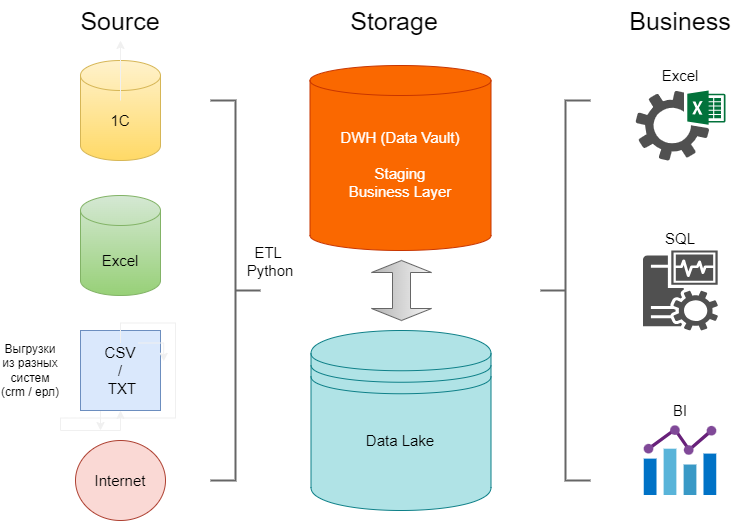
Before: module01/Архитектура аналитического решения.png, a diagram exported from draw.io (EvgeniyLezh/data-engineering-study). Source tidied: cells renumbered, new cells last; positions are measured from the earlier drawing's top-left corner, leaving out a move shared by most shapes. The source it was exported from:
```xml
<mxGraphModel background="#ffffff">
  <root>
    <mxCell id="0" />
    <mxCell id="1" parent="0" />
    <mxCell id="2" style="strokeWidth=2;html=1;shape=mxgraph.flowchart.annotation_2;align=left;labelPosition=right;fillColor=#f5f5f5;strokeColor=#666666;gradientColor=#b3b3b3;gradientDirection=south;direction=west;" parent="1" vertex="1">
      <mxGeometry x="210" y="100" width="50" height="380" as="geometry" />
    </mxCell>
    <mxCell id="3" value="&lt;font style=&quot;font-size: 25px;&quot;&gt;Source&lt;/font&gt;" style="text;html=1;strokeColor=none;fillColor=none;align=center;verticalAlign=middle;whiteSpace=wrap;rounded=0;fontSize=25;labelBackgroundColor=none;fontColor=#000000;" parent="1" vertex="1">
      <mxGeometry x="60" width="120" height="40" as="geometry" />
    </mxCell>
    <mxCell id="4" value="&lt;font style=&quot;font-size: 25px;&quot;&gt;Storage&lt;/font&gt;" style="text;html=1;strokeColor=none;fillColor=none;align=center;verticalAlign=middle;whiteSpace=wrap;rounded=0;labelBackgroundColor=none;fontColor=#000000;fontSize=25;" parent="1" vertex="1">
      <mxGeometry x="334" width="120" height="40" as="geometry" />
    </mxCell>
    <mxCell id="5" value="&lt;span style=&quot;font-size: 25px;&quot;&gt;Business&lt;br style=&quot;font-size: 25px;&quot;&gt;&lt;/span&gt;" style="text;html=1;strokeColor=none;fillColor=none;align=center;verticalAlign=middle;whiteSpace=wrap;rounded=0;labelBackgroundColor=none;fontColor=#000000;fontSize=25;" parent="1" vertex="1">
      <mxGeometry x="620" width="120" height="40" as="geometry" />
    </mxCell>
    <mxCell id="6" style="shape=cylinder3;whiteSpace=wrap;html=1;boundedLbl=1;backgroundOutline=1;size=15;fillColor=#fff2cc;strokeColor=#d6b656;gradientColor=#ffd966;" parent="1" vertex="1">
      <mxGeometry x="80" y="60" width="80" height="100" as="geometry" />
    </mxCell>
    <mxCell id="7" style="edgeStyle=orthogonalEdgeStyle;rounded=0;jettySize=auto;html=1;" parent="1" edge="1" source="8" target="3">
      <mxGeometry relative="1" as="geometry" />
    </mxCell>
    <mxCell id="8" value="1C" style="text;html=1;strokeColor=none;fillColor=none;align=center;verticalAlign=middle;whiteSpace=wrap;rounded=0;fontSize=15;fontColor=#000000;" parent="1" vertex="1">
      <mxGeometry x="90" y="100" width="60" height="40" as="geometry" />
    </mxCell>
    <mxCell id="9" style="shape=cylinder3;whiteSpace=wrap;html=1;boundedLbl=1;backgroundOutline=1;size=15;fillColor=#d5e8d4;gradientColor=#97d077;strokeColor=#82b366;" parent="1" vertex="1">
      <mxGeometry x="80" y="195" width="80" height="100" as="geometry" />
    </mxCell>
    <mxCell id="10" value="Excel" style="text;html=1;strokeColor=none;fillColor=none;align=center;verticalAlign=middle;whiteSpace=wrap;rounded=0;fontSize=15;fontColor=#000000;" parent="1" vertex="1">
      <mxGeometry x="90" y="240" width="60" height="40" as="geometry" />
    </mxCell>
    <mxCell id="11" style="edgeStyle=orthogonalEdgeStyle;rounded=0;orthogonalLoop=1;jettySize=auto;html=1;exitX=0.5;exitY=1;exitDx=0;exitDy=0;exitPerimeter=0;" parent="1" edge="1">
      <mxGeometry relative="1" as="geometry">
        <mxPoint x="100" y="410" as="sourcePoint" />
        <mxPoint x="100" y="430" as="targetPoint" />
      </mxGeometry>
    </mxCell>
    <mxCell id="12" style="whiteSpace=wrap;html=1;fillColor=#dae8fc;strokeColor=#6c8ebf;fontColor=#000000;" parent="1" vertex="1">
      <mxGeometry x="80" y="330" width="80" height="80" as="geometry" />
    </mxCell>
    <mxCell id="13" style="edgeStyle=orthogonalEdgeStyle;rounded=0;jettySize=auto;html=1;exitX=0.5;exitY=0;exitDx=0;exitDy=0;" parent="1" edge="1" source="14" target="12">
      <mxGeometry relative="1" as="geometry" />
    </mxCell>
    <mxCell id="14" value="&lt;font style=&quot;font-size: 15px;&quot;&gt;CSV&lt;br&gt;/&lt;br&gt;&amp;nbsp;TXT&lt;/font&gt;" style="text;html=1;strokeColor=none;fillColor=none;align=center;verticalAlign=middle;whiteSpace=wrap;rounded=0;fontSize=15;fontColor=#000000;" parent="1" vertex="1">
      <mxGeometry x="85" y="342.5" width="70" height="55" as="geometry" />
    </mxCell>
    <mxCell id="15" style="edgeStyle=orthogonalEdgeStyle;rounded=0;orthogonalLoop=1;jettySize=auto;html=1;exitX=0.75;exitY=0;exitDx=0;exitDy=0;entryX=1.117;entryY=0.333;entryDx=0;entryDy=0;entryPerimeter=0;" parent="1" edge="1" source="14" target="14">
      <mxGeometry relative="1" as="geometry" />
    </mxCell>
    <mxCell id="16" style="ellipse;whiteSpace=wrap;html=1;fillColor=#fad9d5;strokeColor=#ae4132;" parent="1" vertex="1">
      <mxGeometry x="75" y="440" width="90" height="80" as="geometry" />
    </mxCell>
    <mxCell id="17" value="Internet" style="text;html=1;strokeColor=none;fillColor=none;align=center;verticalAlign=middle;whiteSpace=wrap;rounded=0;fontColor=#000000;fontSize=15;" parent="1" vertex="1">
      <mxGeometry x="90" y="465" width="60" height="30" as="geometry" />
    </mxCell>
    <mxCell id="18" value="Выгрузки из разных систем (crm / ерл)" style="text;html=1;strokeColor=none;fillColor=none;align=center;verticalAlign=middle;whiteSpace=wrap;rounded=0;fontColor=#000000;" parent="1" vertex="1">
      <mxGeometry y="337.5" width="60" height="65" as="geometry" />
    </mxCell>
    <mxCell id="19" style="shape=cylinder3;whiteSpace=wrap;html=1;boundedLbl=1;backgroundOutline=1;size=15;fillColor=#fa6800;strokeColor=#C73500;fontColor=#000000;" parent="1" vertex="1">
      <mxGeometry x="309.5" y="65" width="181" height="185" as="geometry" />
    </mxCell>
    <mxCell id="20" value="DWH (Data Vault)&lt;br&gt;&lt;br&gt;Staging&lt;br&gt;Business Layer" style="text;html=1;strokeColor=none;fillColor=none;align=center;verticalAlign=middle;whiteSpace=wrap;rounded=0;fontColor=#FFFFFF;fontSize=15;" parent="1" vertex="1">
      <mxGeometry x="335" y="120" width="130" height="87.5" as="geometry" />
    </mxCell>
    <mxCell id="21" value="ETL&amp;nbsp;&lt;br style=&quot;font-size: 15px;&quot;&gt;Python" style="text;html=1;strokeColor=none;fillColor=none;align=center;verticalAlign=middle;whiteSpace=wrap;rounded=0;fontColor=#000000;fontSize=15;" parent="1" vertex="1">
      <mxGeometry x="240" y="240" width="60" height="41.2" as="geometry" />
    </mxCell>
    <mxCell id="22" style="sketch=0;shadow=0;dashed=0;html=1;strokeColor=none;fillColor=#505050;labelPosition=center;verticalLabelPosition=bottom;verticalAlign=top;align=center;shape=mxgraph.office.services.excel_services;" parent="1" vertex="1">
      <mxGeometry x="635" y="90" width="90" height="70" as="geometry" />
    </mxCell>
    <mxCell id="23" value="Excel" style="text;html=1;strokeColor=none;fillColor=none;align=center;verticalAlign=middle;whiteSpace=wrap;rounded=0;fontColor=#000000;fontSize=15;" parent="1" vertex="1">
      <mxGeometry x="630" y="60" width="100" height="30" as="geometry" />
    </mxCell>
    <mxCell id="24" style="sketch=0;shadow=0;dashed=0;html=1;strokeColor=none;fillColor=#505050;labelPosition=center;verticalLabelPosition=bottom;verticalAlign=top;align=center;shape=mxgraph.office.servers.monitoring_sql_reporting_services;" parent="1" vertex="1">
      <mxGeometry x="642.5" y="250" width="75" height="80" as="geometry" />
    </mxCell>
    <mxCell id="25" value="SQL" style="text;html=1;strokeColor=none;fillColor=none;align=center;verticalAlign=middle;whiteSpace=wrap;rounded=0;fontColor=#000000;fontSize=15;" parent="1" vertex="1">
      <mxGeometry x="630" y="222.5" width="100" height="30" as="geometry" />
    </mxCell>
    <mxCell id="26" style="image;sketch=0;html=1;align=center;fontSize=12;image=img/lib/mscae/Chart.svg;" parent="1" vertex="1">
      <mxGeometry x="643.8" y="425.4" width="72.5" height="69.6" as="geometry" />
    </mxCell>
    <mxCell id="27" value="BI" style="text;html=1;strokeColor=none;fillColor=none;align=center;verticalAlign=middle;whiteSpace=wrap;rounded=0;fontColor=#000000;fontSize=15;" parent="1" vertex="1">
      <mxGeometry x="630" y="395.4" width="100" height="30" as="geometry" />
    </mxCell>
    <mxCell id="28" style="strokeWidth=2;html=1;shape=mxgraph.flowchart.annotation_2;align=left;labelPosition=right;fillColor=#f5f5f5;strokeColor=#666666;gradientColor=#b3b3b3;gradientDirection=south;direction=east;" parent="1" vertex="1">
      <mxGeometry x="540" y="100" width="50" height="380" as="geometry" />
    </mxCell>
    <mxCell id="29" style="shape=datastore;whiteSpace=wrap;html=1;fillColor=#b0e3e6;strokeColor=#0e8088;" parent="1" vertex="1">
      <mxGeometry x="310.5" y="330" width="180" height="180" as="geometry" />
    </mxCell>
    <mxCell id="30" value="Data Lake" style="text;html=1;strokeColor=none;fillColor=none;align=center;verticalAlign=middle;whiteSpace=wrap;rounded=0;fontColor=#000000;fontSize=15;" parent="1" vertex="1">
      <mxGeometry x="350" y="425.4" width="100" height="30" as="geometry" />
    </mxCell>
    <mxCell id="31" style="shape=doubleArrow;direction=south;whiteSpace=wrap;html=1;fillColor=#f5f5f5;gradientColor=#b3b3b3;strokeColor=#666666;" parent="1" vertex="1">
      <mxGeometry x="371" y="260" width="60" height="60" as="geometry" />
    </mxCell>
  </root>
</mxGraphModel>
```
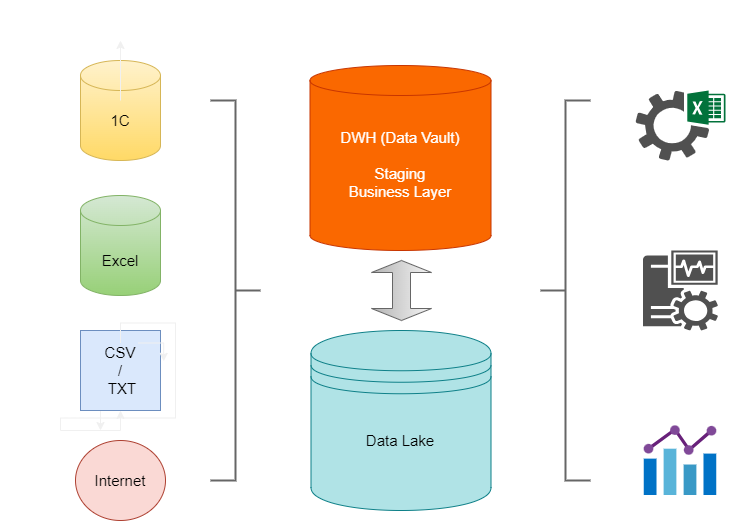
The same file after the commit.

What changed in the source:
```diff
@@ -1,17 +1,17 @@
-<mxGraphModel background="#ffffff">
+<mxGraphModel background="#292929">
   <root>
     <mxCell id="0" />
     <mxCell id="1" parent="0" />
     <mxCell id="2" style="strokeWidth=2;html=1;shape=mxgraph.flowchart.annotation_2;align=left;labelPosition=right;fillColor=#f5f5f5;strokeColor=#666666;gradientColor=#b3b3b3;gradientDirection=south;direction=west;" parent="1" vertex="1">
       <mxGeometry x="210" y="100" width="50" height="380" as="geometry" />
     </mxCell>
-    <mxCell id="3" value="&lt;font style=&quot;font-size: 25px;&quot;&gt;Source&lt;/font&gt;" style="text;html=1;strokeColor=none;fillColor=none;align=center;verticalAlign=middle;whiteSpace=wrap;rounded=0;fontSize=25;labelBackgroundColor=none;fontColor=#000000;" parent="1" vertex="1">
+    <mxCell id="3" value="&lt;font style=&quot;font-size: 25px;&quot;&gt;Source&lt;/font&gt;" style="text;html=1;strokeColor=none;fillColor=none;align=center;verticalAlign=middle;whiteSpace=wrap;rounded=0;fontSize=25;labelBackgroundColor=none;fontColor=#FFFFFF;" parent="1" vertex="1">
       <mxGeometry x="60" width="120" height="40" as="geometry" />
     </mxCell>
-    <mxCell id="4" value="&lt;font style=&quot;font-size: 25px;&quot;&gt;Storage&lt;/font&gt;" style="text;html=1;strokeColor=none;fillColor=none;align=center;verticalAlign=middle;whiteSpace=wrap;rounded=0;labelBackgroundColor=none;fontColor=#000000;fontSize=25;" parent="1" vertex="1">
+    <mxCell id="4" value="&lt;font style=&quot;font-size: 25px;&quot;&gt;Storage&lt;/font&gt;" style="text;html=1;strokeColor=none;fillColor=none;align=center;verticalAlign=middle;whiteSpace=wrap;rounded=0;labelBackgroundColor=none;fontColor=#FFFFFF;fontSize=25;" parent="1" vertex="1">
       <mxGeometry x="334" width="120" height="40" as="geometry" />
     </mxCell>
-    <mxCell id="5" value="&lt;span style=&quot;font-size: 25px;&quot;&gt;Business&lt;br style=&quot;font-size: 25px;&quot;&gt;&lt;/span&gt;" style="text;html=1;strokeColor=none;fillColor=none;align=center;verticalAlign=middle;whiteSpace=wrap;rounded=0;labelBackgroundColor=none;fontColor=#000000;fontSize=25;" parent="1" vertex="1">
+    <mxCell id="5" value="&lt;span style=&quot;font-size: 25px;&quot;&gt;Business&lt;br style=&quot;font-size: 25px;&quot;&gt;&lt;/span&gt;" style="text;html=1;strokeColor=none;fillColor=none;align=center;verticalAlign=middle;whiteSpace=wrap;rounded=0;labelBackgroundColor=none;fontColor=#FFFFFF;fontSize=25;" parent="1" vertex="1">
       <mxGeometry x="620" width="120" height="40" as="geometry" />
     </mxCell>
     <mxCell id="6" style="shape=cylinder3;whiteSpace=wrap;html=1;boundedLbl=1;backgroundOutline=1;size=15;fillColor=#fff2cc;strokeColor=#d6b656;gradientColor=#ffd966;" parent="1" vertex="1">
@@ -53,7 +53,7 @@
     <mxCell id="17" value="Internet" style="text;html=1;strokeColor=none;fillColor=none;align=center;verticalAlign=middle;whiteSpace=wrap;rounded=0;fontColor=#000000;fontSize=15;" parent="1" vertex="1">
       <mxGeometry x="90" y="465" width="60" height="30" as="geometry" />
     </mxCell>
-    <mxCell id="18" value="Выгрузки из разных систем (crm / ерл)" style="text;html=1;strokeColor=none;fillColor=none;align=center;verticalAlign=middle;whiteSpace=wrap;rounded=0;fontColor=#000000;" parent="1" vertex="1">
+    <mxCell id="18" value="Выгрузки из разных систем (crm / ерл)" style="text;html=1;strokeColor=none;fillColor=none;align=center;verticalAlign=middle;whiteSpace=wrap;rounded=0;fontColor=#FFFFFF;" parent="1" vertex="1">
       <mxGeometry y="337.5" width="60" height="65" as="geometry" />
     </mxCell>
     <mxCell id="19" style="shape=cylinder3;whiteSpace=wrap;html=1;boundedLbl=1;backgroundOutline=1;size=15;fillColor=#fa6800;strokeColor=#C73500;fontColor=#000000;" parent="1" vertex="1">
@@ -62,25 +62,25 @@
     <mxCell id="20" value="DWH (Data Vault)&lt;br&gt;&lt;br&gt;Staging&lt;br&gt;Business Layer" style="text;html=1;strokeColor=none;fillColor=none;align=center;verticalAlign=middle;whiteSpace=wrap;rounded=0;fontColor=#FFFFFF;fontSize=15;" parent="1" vertex="1">
       <mxGeometry x="335" y="120" width="130" height="87.5" as="geometry" />
     </mxCell>
-    <mxCell id="21" value="ETL&amp;nbsp;&lt;br style=&quot;font-size: 15px;&quot;&gt;Python" style="text;html=1;strokeColor=none;fillColor=none;align=center;verticalAlign=middle;whiteSpace=wrap;rounded=0;fontColor=#000000;fontSize=15;" parent="1" vertex="1">
+    <mxCell id="21" value="ETL&amp;nbsp;&lt;br style=&quot;font-size: 15px;&quot;&gt;Python" style="text;html=1;strokeColor=none;fillColor=none;align=center;verticalAlign=middle;whiteSpace=wrap;rounded=0;fontColor=#FFFFFF;fontSize=15;" parent="1" vertex="1">
       <mxGeometry x="240" y="240" width="60" height="41.2" as="geometry" />
     </mxCell>
     <mxCell id="22" style="sketch=0;shadow=0;dashed=0;html=1;strokeColor=none;fillColor=#505050;labelPosition=center;verticalLabelPosition=bottom;verticalAlign=top;align=center;shape=mxgraph.office.services.excel_services;" parent="1" vertex="1">
       <mxGeometry x="635" y="90" width="90" height="70" as="geometry" />
     </mxCell>
-    <mxCell id="23" value="Excel" style="text;html=1;strokeColor=none;fillColor=none;align=center;verticalAlign=middle;whiteSpace=wrap;rounded=0;fontColor=#000000;fontSize=15;" parent="1" vertex="1">
+    <mxCell id="23" value="Excel" style="text;html=1;strokeColor=none;fillColor=none;align=center;verticalAlign=middle;whiteSpace=wrap;rounded=0;fontColor=#FFFFFF;fontSize=15;" parent="1" vertex="1">
       <mxGeometry x="630" y="60" width="100" height="30" as="geometry" />
     </mxCell>
     <mxCell id="24" style="sketch=0;shadow=0;dashed=0;html=1;strokeColor=none;fillColor=#505050;labelPosition=center;verticalLabelPosition=bottom;verticalAlign=top;align=center;shape=mxgraph.office.servers.monitoring_sql_reporting_services;" parent="1" vertex="1">
       <mxGeometry x="642.5" y="250" width="75" height="80" as="geometry" />
     </mxCell>
-    <mxCell id="25" value="SQL" style="text;html=1;strokeColor=none;fillColor=none;align=center;verticalAlign=middle;whiteSpace=wrap;rounded=0;fontColor=#000000;fontSize=15;" parent="1" vertex="1">
+    <mxCell id="25" value="SQL" style="text;html=1;strokeColor=none;fillColor=none;align=center;verticalAlign=middle;whiteSpace=wrap;rounded=0;fontColor=#FFFFFF;fontSize=15;" parent="1" vertex="1">
       <mxGeometry x="630" y="222.5" width="100" height="30" as="geometry" />
     </mxCell>
     <mxCell id="26" style="image;sketch=0;html=1;align=center;fontSize=12;image=img/lib/mscae/Chart.svg;" parent="1" vertex="1">
       <mxGeometry x="643.8" y="425.4" width="72.5" height="69.6" as="geometry" />
     </mxCell>
-    <mxCell id="27" value="BI" style="text;html=1;strokeColor=none;fillColor=none;align=center;verticalAlign=middle;whiteSpace=wrap;rounded=0;fontColor=#000000;fontSize=15;" parent="1" vertex="1">
+    <mxCell id="27" value="BI" style="text;html=1;strokeColor=none;fillColor=none;align=center;verticalAlign=middle;whiteSpace=wrap;rounded=0;fontColor=#FFFFFF;fontSize=15;" parent="1" vertex="1">
       <mxGeometry x="630" y="395.4" width="100" height="30" as="geometry" />
     </mxCell>
     <mxCell id="28" style="strokeWidth=2;html=1;shape=mxgraph.flowchart.annotation_2;align=left;labelPosition=right;fillColor=#f5f5f5;strokeColor=#666666;gradientColor=#b3b3b3;gradientDirection=south;direction=east;" parent="1" vertex="1">
```
